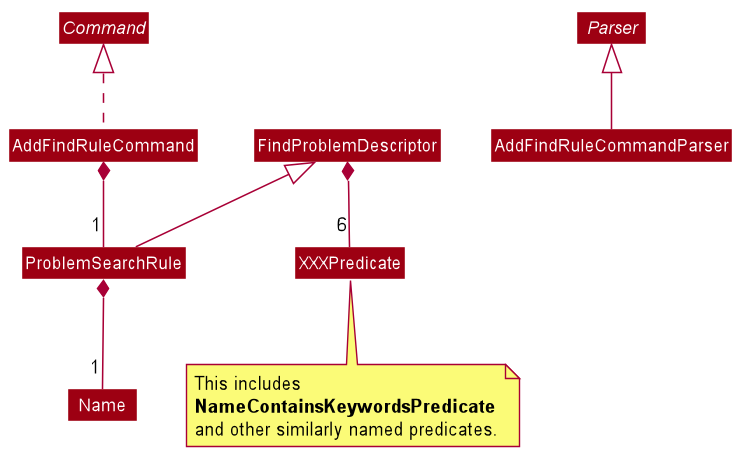
Above: docs/images/savefindrule/AddFindRuleClassDiagram.png in nus-cs2103-AY1920S1/addressbook-level3 (PlantUML), before the change.
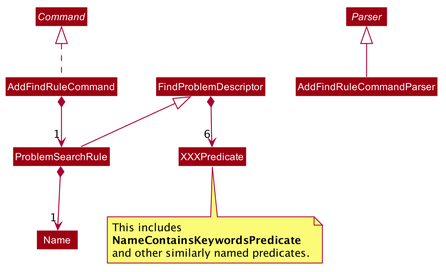
After the change.

Diff of the diagram source:
```diff
@@ -66,10 +66,10 @@
 
 Command <|.. AddFindRuleCommand
 Parser <|-- AddFindRuleCommandParser
-FindProblemDescriptor *-- "6" XXXPredicate
-ProblemSearchRule *-- "1" Name
+FindProblemDescriptor *--> "6" XXXPredicate
+ProblemSearchRule *--> "1" Name
 
-AddFindRuleCommand *-- "1" ProblemSearchRule
+AddFindRuleCommand *--> "1" ProblemSearchRule
 
 note bottom of XXXPredicate
 This includes
```
